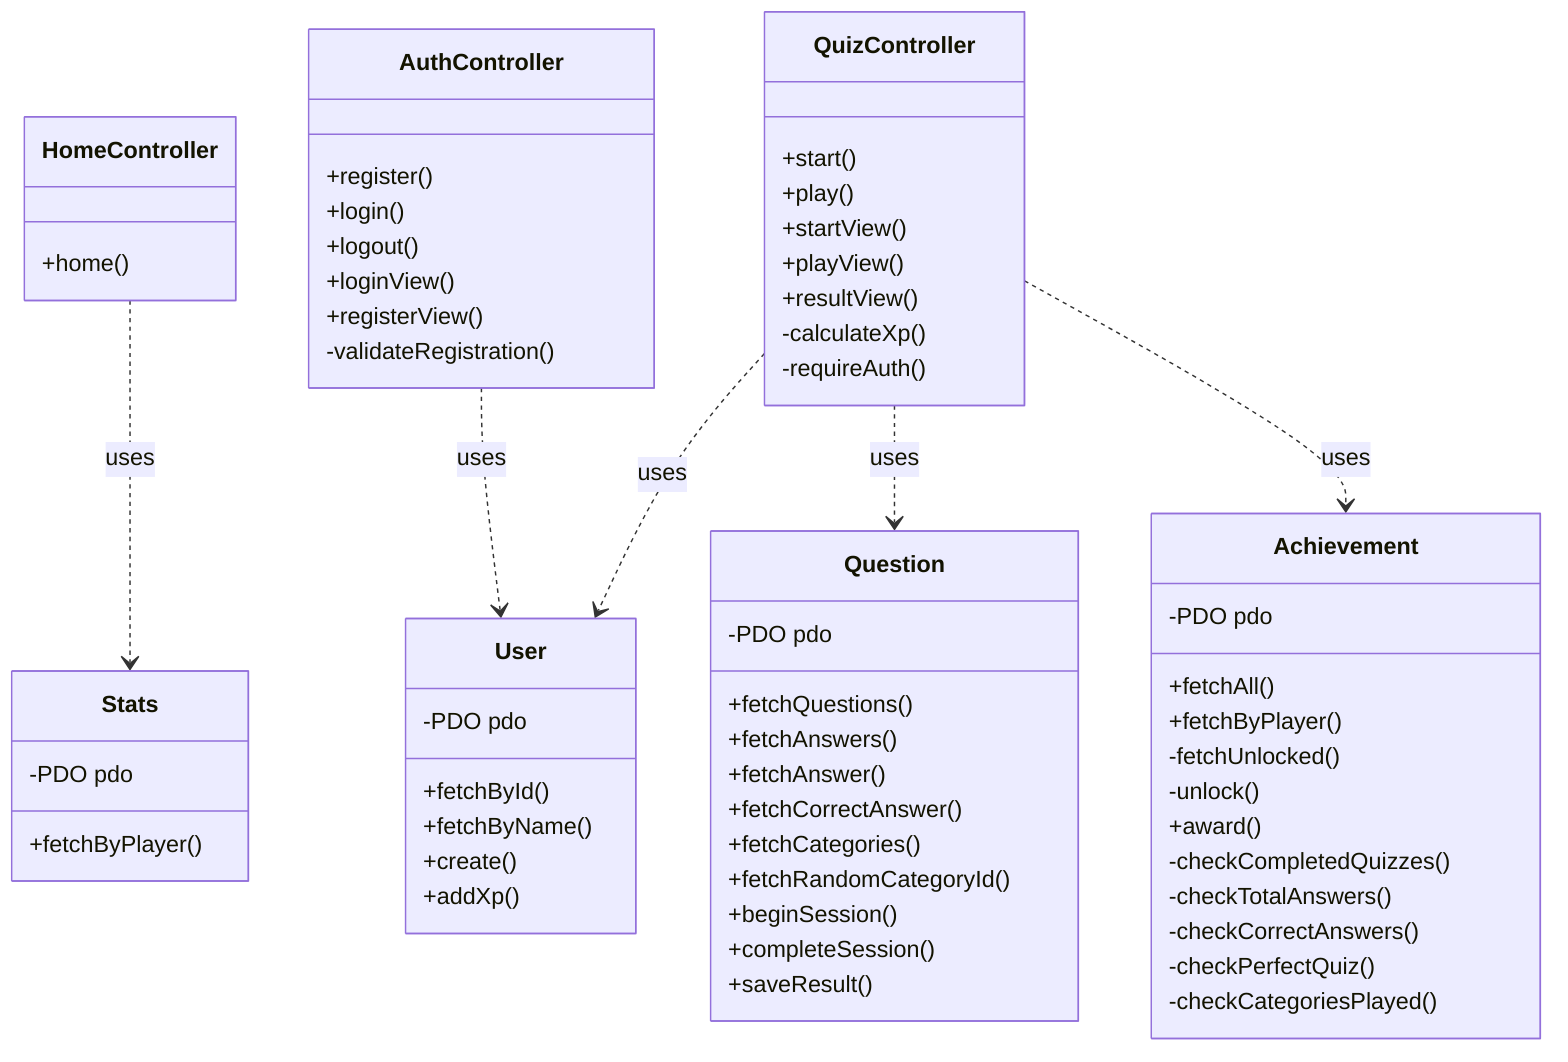
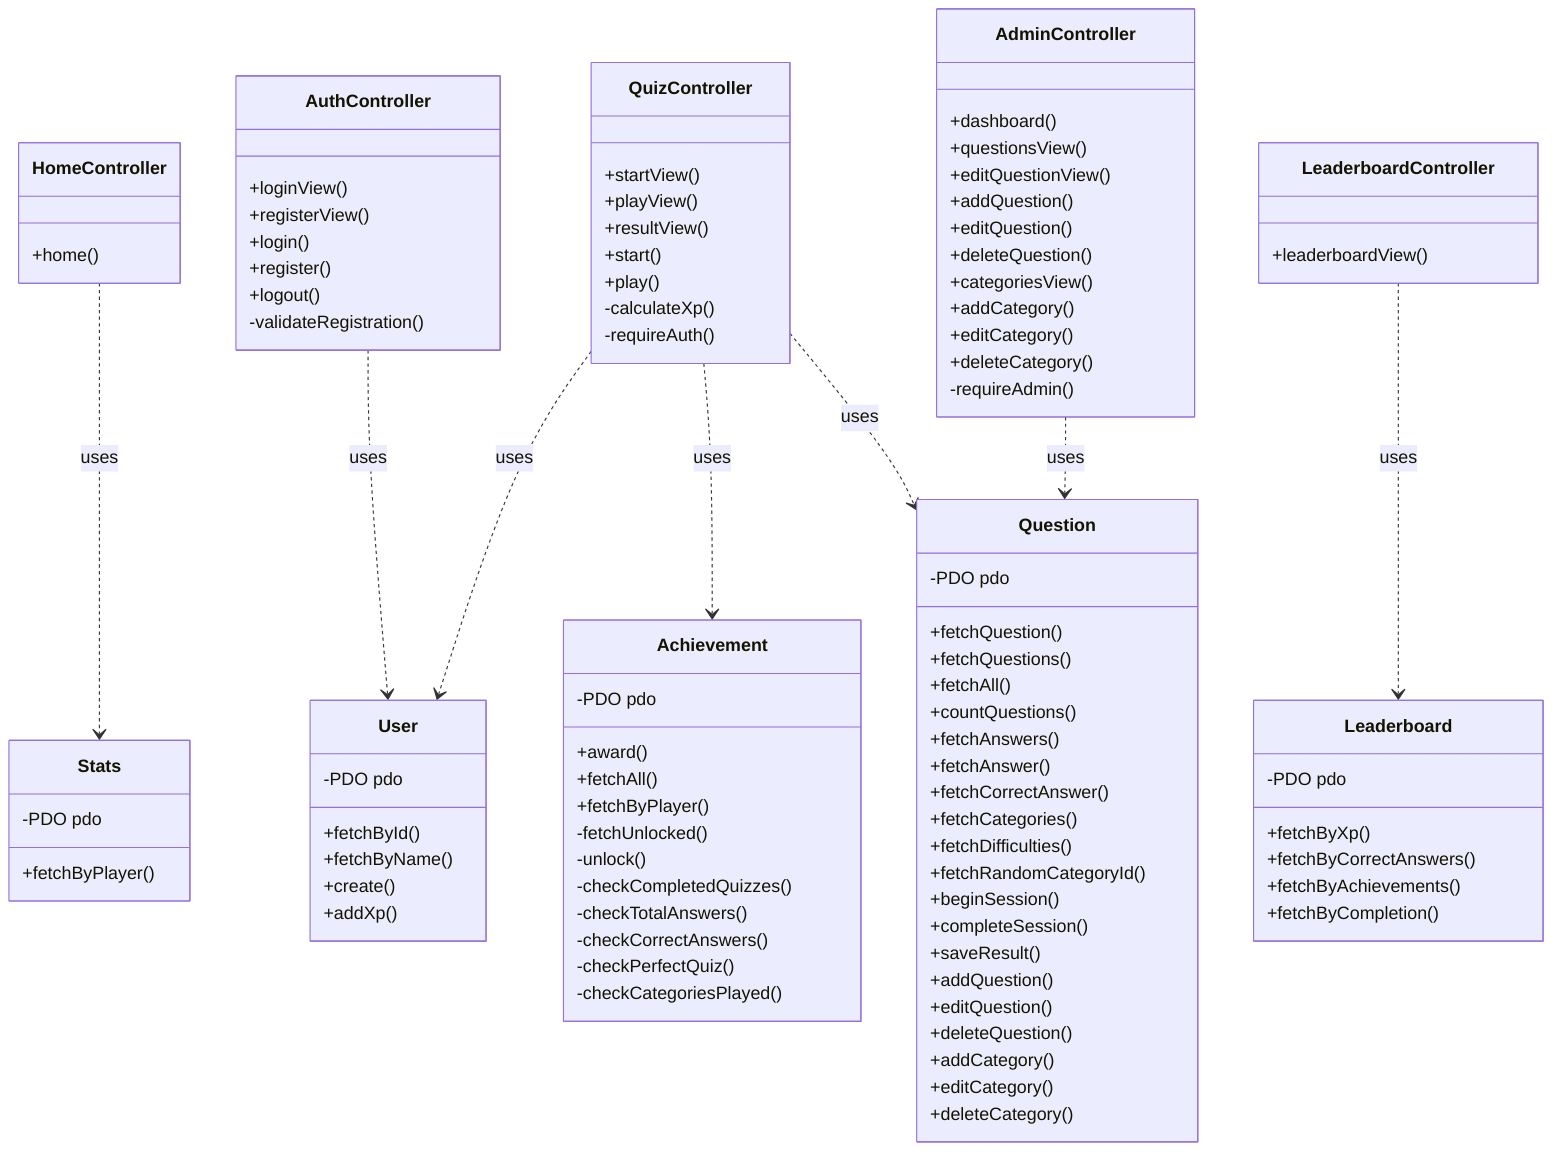
classDiagram
    HomeController ..> Stats : uses
    AuthController ..> User : uses
    QuizController ..> Question : uses
    QuizController ..> Achievement : uses
    QuizController ..> User : uses
+     LeaderboardController ..> Leaderboard : uses
+     AdminController ..> Question : uses

    class HomeController {
        +home()
    }

    class AuthController {
-         +register()
-         +login()
-         +logout()
        +loginView()
        +registerView()
+         +login()
+         +register()
+         +logout()
        -validateRegistration()
    }

    class QuizController {
-         +start()
-         +play()
        +startView()
        +playView()
        +resultView()
+         +start()
+         +play()
        -calculateXp()
        -requireAuth()
+     }
+ 
+     class LeaderboardController {
+         +leaderboardView()
+     }
+ 
+     class AdminController {
+         +dashboard()
+         +questionsView()
+         +editQuestionView()
+         +addQuestion()
+         +editQuestion()
+         +deleteQuestion()
+         +categoriesView()
+         +addCategory()
+         +editCategory()
+         +deleteCategory()
+         -requireAdmin()
    }

    class User {
        -PDO pdo
        +fetchById()
        +fetchByName()
        +create()
        +addXp()
    }

    class Question {
        -PDO pdo
+         +fetchQuestion()
        +fetchQuestions()
+         +fetchAll()
+         +countQuestions()
        +fetchAnswers()
        +fetchAnswer()
        +fetchCorrectAnswer()
        +fetchCategories()
+         +fetchDifficulties()
        +fetchRandomCategoryId()
        +beginSession()
        +completeSession()
        +saveResult()
+         +addQuestion()
+         +editQuestion()
+         +deleteQuestion()
+         +addCategory()
+         +editCategory()
+         +deleteCategory()
    }

    class Stats {
        -PDO pdo
        +fetchByPlayer()
    }

    class Achievement {
        -PDO pdo
+         +award()
        +fetchAll()
        +fetchByPlayer()
        -fetchUnlocked()
        -unlock()
-         +award()
        -checkCompletedQuizzes()
        -checkTotalAnswers()
        -checkCorrectAnswers()
        -checkPerfectQuiz()
        -checkCategoriesPlayed()
+     }
+ 
+     class Leaderboard {
+         -PDO pdo
+         +fetchByXp()
+         +fetchByCorrectAnswers()
+         +fetchByAchievements()
+         +fetchByCompletion()
    }